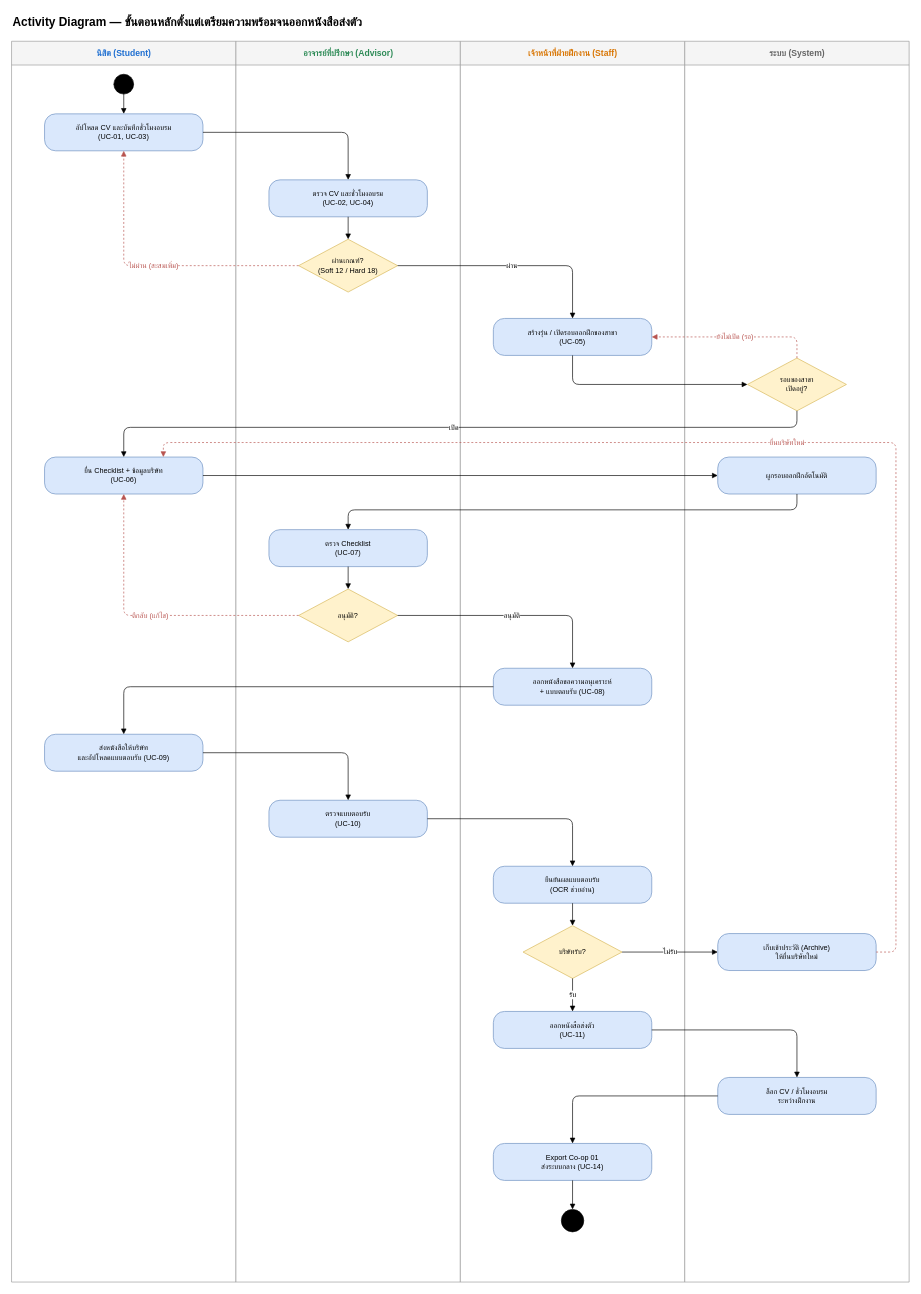
Above: docs/requirements/diagrams/activity_main_flow.drawio in Whyer2005/ICT_Internship_tracking_system (draw.io), before the change. Source tidied: cells renumbered, new cells numbered last; positions are measured from the earlier drawing's top-left corner, leaving out a move shared by most shapes. Both pictures are drawn from the tidied source at 66%, with x=0, y=0 at pixel (11, 11).
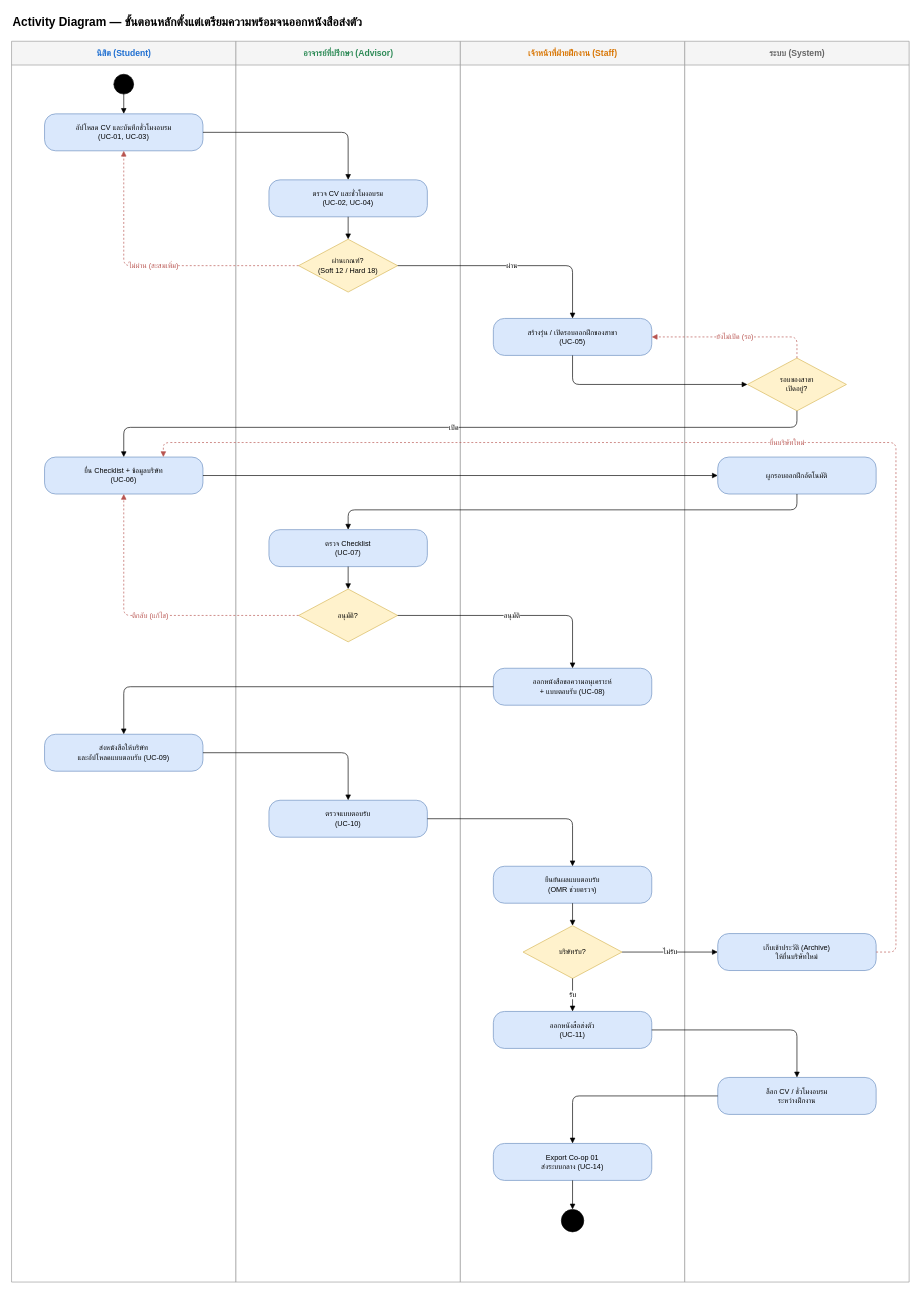
The same page after the edit.

Diff of the diagram source:
```diff
@@
-    <mxCell id="19" value="ยืนยันผลแบบตอบรับ&lt;br&gt;(OCR ช่วยอ่าน)" style="rounded=1;whiteSpace=wrap;html=1;fontSize=11;arcSize=30;fillColor=#dae8fc;strokeColor=#6c8ebf;" parent="1" vertex="1">
+    <mxCell id="19" value="ยืนยันผลแบบตอบรับ&lt;br&gt;(OMR ช่วยตรวจ)" style="rounded=1;whiteSpace=wrap;html=1;fontSize=11;arcSize=30;fillColor=#dae8fc;strokeColor=#6c8ebf;" parent="1" vertex="1">
       <mxGeometry x="730" y="1295" width="240" height="56" as="geometry" />
     </mxCell>
```
